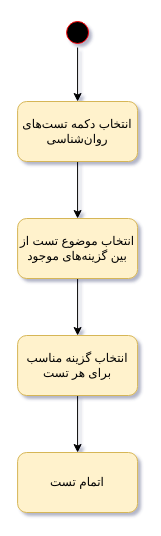
Above: page "تست روانشناسی" (5 of 19) of ActivityDiagram.drawio in Matinrezaei/Software-Lab (draw.io), before the change. Source tidied: cells renumbered, new cells numbered last; positions are measured from the earlier drawing's top-left corner, leaving out a move shared by most shapes. Both pictures are drawn from the tidied source at 100%, with x=0, y=0 at pixel (17, 17).
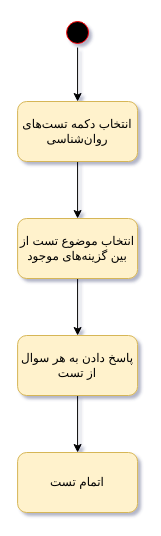
The same diagram, later.

What changed in the source:
```diff
@@
 <mxGraphModel shadow="1">
   <root>
     <mxCell id="0" />
     <mxCell id="1" parent="0" />
     <mxCell id="2" style="edgeStyle=orthogonalEdgeStyle;rounded=0;jettySize=auto;html=1;entryX=0.5;entryY=0;entryDx=0;entryDy=0;" parent="1" edge="1" source="3" target="5">
       <mxGeometry relative="1" as="geometry" />
     </mxCell>
     <mxCell id="3" style="ellipse;html=1;shape=startState;fillColor=#000000;strokeColor=#ff0000;" parent="1" vertex="1">
       <mxGeometry x="45.1" width="30" height="30" as="geometry" />
     </mxCell>
     <mxCell id="4" style="edgeStyle=orthogonalEdgeStyle;rounded=0;jettySize=auto;html=1;entryX=0.5;entryY=0;entryDx=0;entryDy=0;" parent="1" edge="1" source="5" target="7">
       <mxGeometry relative="1" as="geometry" />
     </mxCell>
     <mxCell id="5" value="انتخاب دکمه تست‌های روان‌شناسی" style="rounded=1;whiteSpace=wrap;html=1;fillColor=#fff2cc;strokeColor=#d6b656;" parent="1" vertex="1">
       <mxGeometry x="0.1" y="84" width="120" height="60" as="geometry" />
     </mxCell>
     <mxCell id="6" style="edgeStyle=orthogonalEdgeStyle;rounded=0;jettySize=auto;html=1;entryX=0.5;entryY=0;entryDx=0;entryDy=0;" parent="1" edge="1" source="7" target="9">
       <mxGeometry relative="1" as="geometry" />
     </mxCell>
     <mxCell id="7" value="انتخاب موضوع تست از بین گزینه‌های موجود" style="rounded=1;whiteSpace=wrap;html=1;fillColor=#fff2cc;strokeColor=#d6b656;" parent="1" vertex="1">
       <mxGeometry x="0.1" y="201" width="120" height="60" as="geometry" />
     </mxCell>
     <mxCell id="8" style="edgeStyle=orthogonalEdgeStyle;rounded=0;jettySize=auto;html=1;" parent="1" edge="1" source="9" target="10">
       <mxGeometry relative="1" as="geometry" />
     </mxCell>
-    <mxCell id="9" value="انتخاب گزینه مناسب برای هر تست" style="rounded=1;whiteSpace=wrap;html=1;fillColor=#fff2cc;strokeColor=#d6b656;" parent="1" vertex="1">
+    <mxCell id="9" value="پاسخ دادن به هر سوال از تست" style="rounded=1;whiteSpace=wrap;html=1;fillColor=#fff2cc;strokeColor=#d6b656;" parent="1" vertex="1">
       <mxGeometry x="0.1" y="318" width="120" height="60" as="geometry" />
     </mxCell>
     <mxCell id="10" value="اتمام تست" style="rounded=1;whiteSpace=wrap;html=1;fillColor=#fff2cc;strokeColor=#d6b656;" parent="1" vertex="1">
       <mxGeometry x="0.1" y="435" width="120" height="60" as="geometry" />
     </mxCell>
   </root>
 </mxGraphModel>
```
